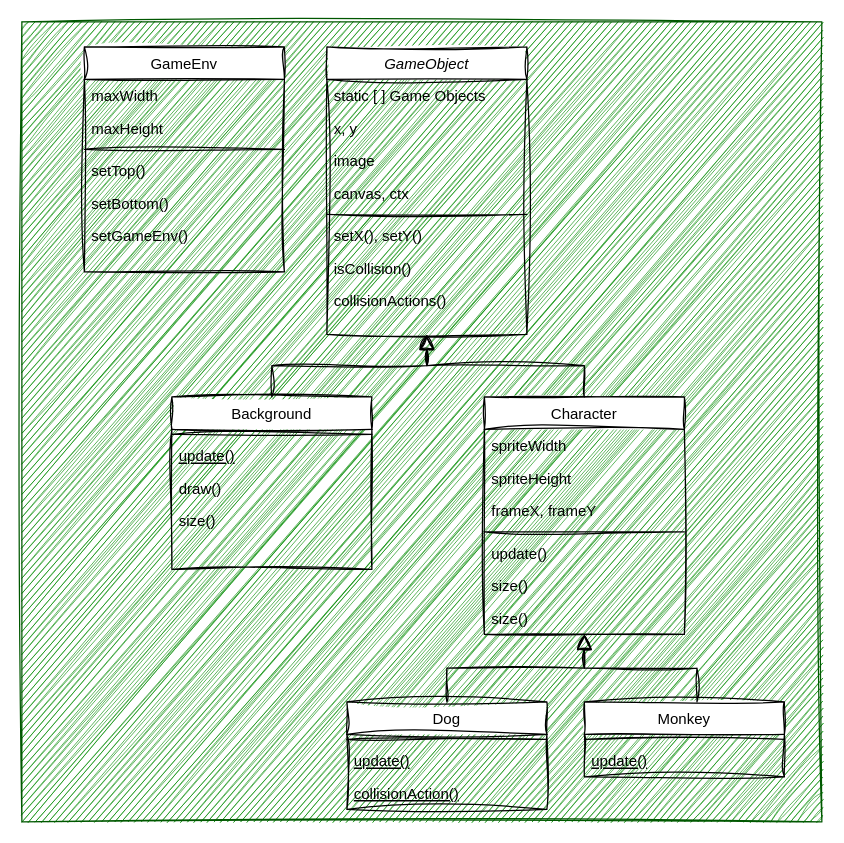
Before: classDiagram.drawio in nighthawkcoders/teacher_portfolio, a draw.io diagram. Source tidied: cells renumbered, new cells numbered last; positions are measured from the earlier drawing's top-left corner, leaving out a move shared by most shapes. Both pictures are drawn from the tidied source at 125%, with x=0, y=0 at pixel (21, 21).
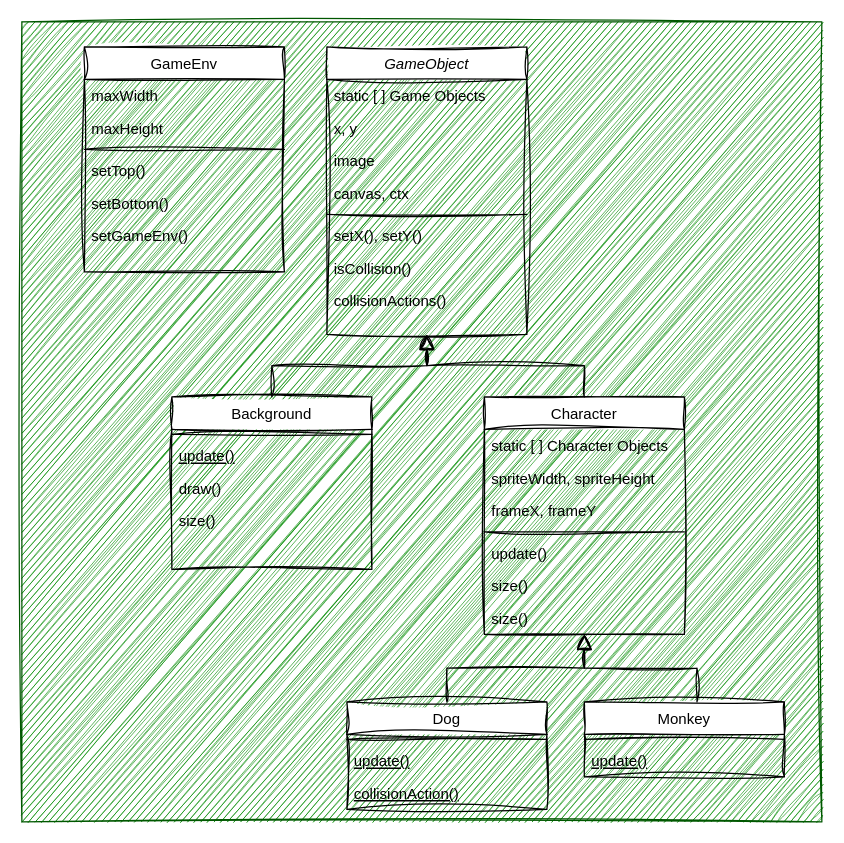
Above is the later version.

Commit message:
add character objects

The change refers to these unchanged cells:
```xml
<mxCell id="18" value="Character" style="swimlane;fontStyle=0;align=center;verticalAlign=top;horizontal=1;startSize=26;rounded=0;shadow=0;strokeWidth=1;sketch=1;curveFitting=1;jiggle=2;" parent="1" vertex="1">
  <mxGeometry x="370" y="300" width="160" height="190" as="geometry" />
</mxCell>
```

Diff of the diagram source:
```diff
@@
-    <mxCell id="19" value="spriteWidth" style="text;align=left;verticalAlign=top;spacingLeft=4;spacingRight=4;overflow=hidden;sketch=1;curveFitting=1;jiggle=2;rounded=0;" parent="18" vertex="1">
+    <mxCell id="19" value="static [ ] Character Objects" style="text;align=left;verticalAlign=top;spacingLeft=4;spacingRight=4;overflow=hidden;sketch=1;curveFitting=1;jiggle=2;rounded=0;" parent="18" vertex="1">
       <mxGeometry y="26" width="160" height="26" as="geometry" />
     </mxCell>
-    <mxCell id="20" value="spriteHeight" style="text;align=left;verticalAlign=top;spacingLeft=4;spacingRight=4;overflow=hidden;sketch=1;curveFitting=1;jiggle=2;rounded=0;" parent="18" vertex="1">
+    <mxCell id="20" value="spriteWidth, spriteHeight" style="text;align=left;verticalAlign=top;spacingLeft=4;spacingRight=4;overflow=hidden;sketch=1;curveFitting=1;jiggle=2;rounded=0;" parent="18" vertex="1">
       <mxGeometry y="52" width="160" height="26" as="geometry" />
     </mxCell>
```
